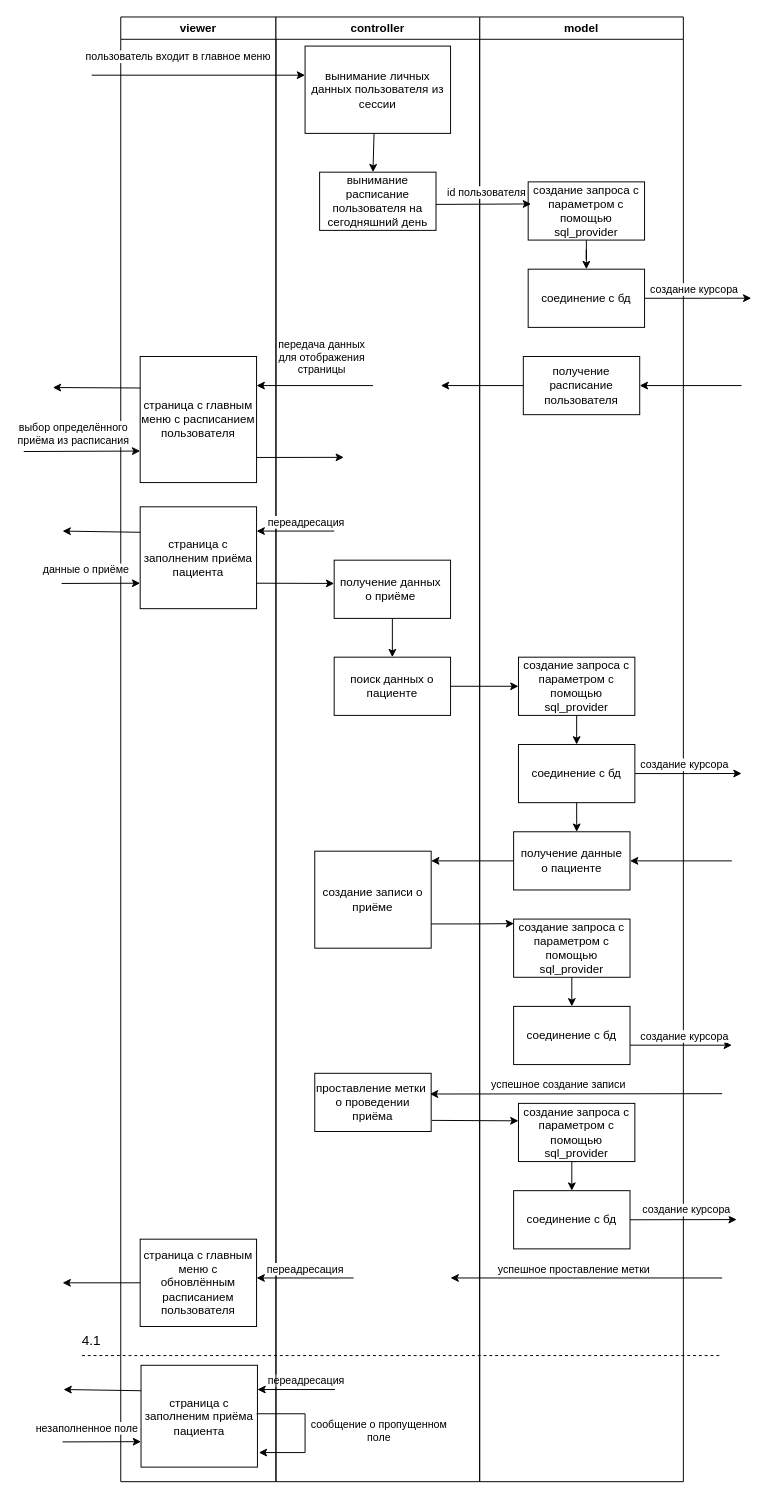
This is мьс/доктор.drawio from Kirpichikk/final_project, a draw.io file, before an edit. Source tidied: cells renumbered, new cells numbered last; positions are measured from the earlier drawing's top-left corner, leaving out a move shared by most shapes. Both pictures are drawn from the tidied source at 97%, with x=0, y=0 at pixel (23, 16).
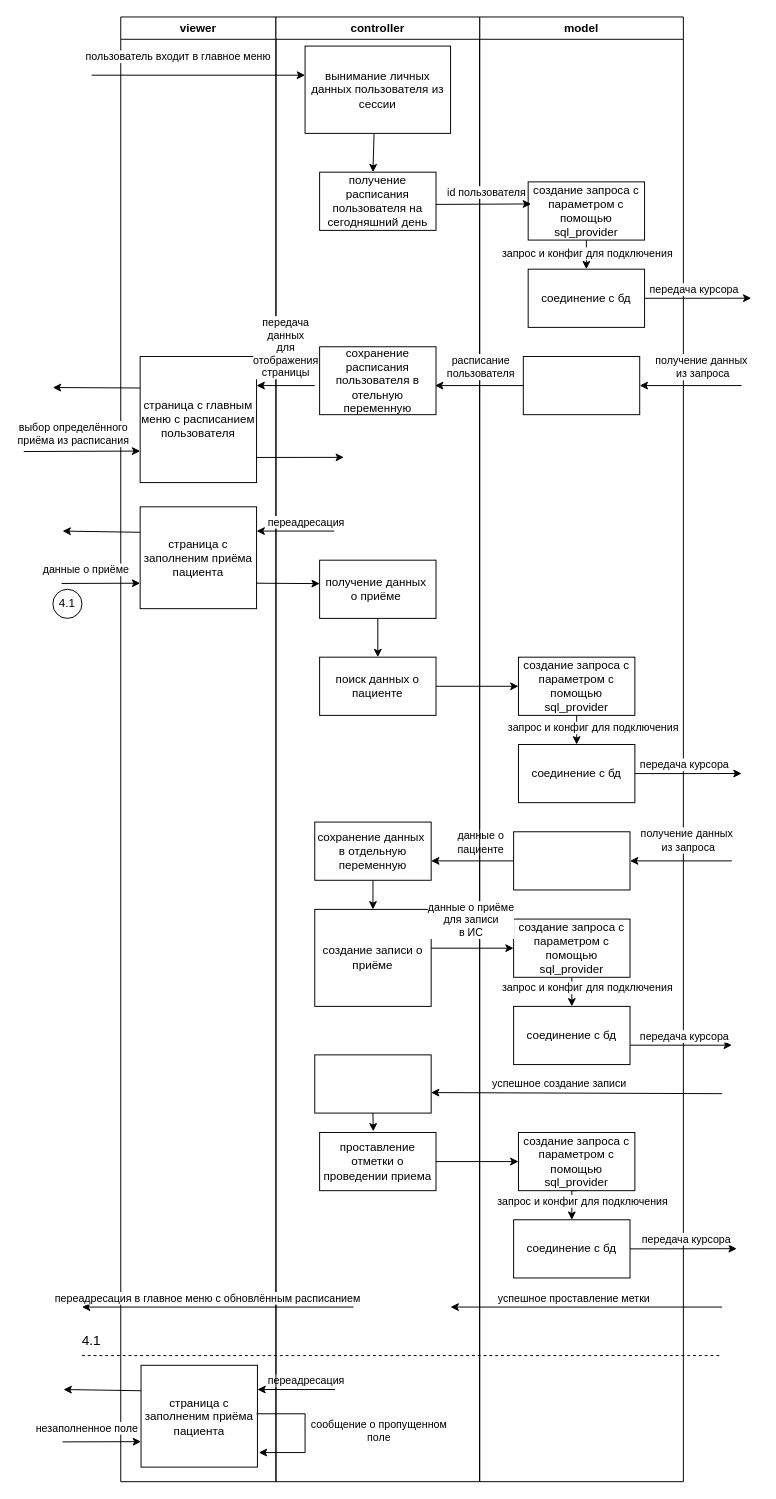
After the change.

The change refers to these unchanged cells:
```xml
<mxCell id="2" value="viewer" style="swimlane;whiteSpace=wrap;html=1;" parent="1" vertex="1">
  <mxGeometry x="100" width="160" height="1510" as="geometry" />
</mxCell>
<mxCell id="4" value="страница с заполненим приёма пациента" style="rounded=0;whiteSpace=wrap;html=1;" parent="2" vertex="1">
  <mxGeometry x="20" y="505" width="120" height="105" as="geometry" />
</mxCell>
<mxCell id="12" value="model" style="swimlane;whiteSpace=wrap;html=1;" parent="1" vertex="1">
  <mxGeometry x="470" width="210" height="1510" as="geometry" />
</mxCell>
<mxCell id="15" style="edgeStyle=orthogonalEdgeStyle;rounded=0;jettySize=auto;html=1;exitX=1;exitY=0.5;exitDx=0;exitDy=0;" parent="12" edge="1" source="17">
  <mxGeometry relative="1" as="geometry">
    <mxPoint x="280" y="289.9" as="targetPoint" />
  </mxGeometry>
</mxCell>
<mxCell id="21" style="edgeStyle=orthogonalEdgeStyle;rounded=0;jettySize=auto;html=1;exitX=1;exitY=0.5;exitDx=0;exitDy=0;" parent="12" edge="1" source="23">
  <mxGeometry relative="1" as="geometry">
    <mxPoint x="270" y="779.9" as="targetPoint" />
  </mxGeometry>
</mxCell>
<mxCell id="23" value="соединение с бд" style="rounded=0;whiteSpace=wrap;html=1;" parent="12" vertex="1">
  <mxGeometry x="40" y="750" width="120" height="60" as="geometry" />
</mxCell>
<mxCell id="26" style="endArrow=classic;html=1;rounded=0;exitX=0;exitY=0.5;exitDx=0;exitDy=0;" parent="12" edge="1" source="24">
  <mxGeometry relative="1" as="geometry">
    <mxPoint x="-50" y="870" as="targetPoint" />
  </mxGeometry>
</mxCell>
<mxCell id="29" value="создание запроса с параметром с помощью sql_provider" style="rounded=0;whiteSpace=wrap;html=1;" parent="12" vertex="1">
  <mxGeometry x="35" y="930" width="120" height="60" as="geometry" />
</mxCell>
<mxCell id="32" style="endArrow=classic;html=1;rounded=0;" parent="12" edge="1">
  <mxGeometry relative="1" as="geometry">
    <mxPoint x="155" y="1060" as="sourcePoint" />
    <mxPoint x="260" y="1060" as="targetPoint" />
  </mxGeometry>
</mxCell>
<mxCell id="39" value="controller" style="swimlane;whiteSpace=wrap;html=1;" parent="1" vertex="1">
  <mxGeometry x="260" width="210" height="1510" as="geometry" />
</mxCell>
```

The edit, as a diff of the source:
```diff
@@
-    <mxCell id="5" value="страница с главным меню с обновлённым расписанием пользователя" style="rounded=0;whiteSpace=wrap;html=1;" parent="2" vertex="1">
-      <mxGeometry x="20" y="1260" width="120" height="90" as="geometry" />
-    </mxCell>
@@
-    <mxCell id="16" value="создание курсора" style="edgeLabel;html=1;align=center;verticalAlign=middle;" parent="15" vertex="1">
+    <mxCell id="16" value="передача курсора" style="edgeLabel;html=1;align=center;verticalAlign=middle;" parent="15" vertex="1">
       <mxGeometry x="0.21" relative="1" as="geometry">
         <mxPoint x="-16" y="-10" as="offset" />
       </mxGeometry>
     </mxCell>
@@
-    <mxCell id="18" value="получение расписание пользователя" style="rounded=0;whiteSpace=wrap;html=1;" parent="12" vertex="1">
-      <mxGeometry x="45" y="350" width="120" height="60" as="geometry" />
-    </mxCell>
@@
-    <mxCell id="22" value="создание курсора" style="edgeLabel;html=1;align=center;verticalAlign=middle;" parent="21" vertex="1">
+    <mxCell id="22" value="передача курсора" style="edgeLabel;html=1;align=center;verticalAlign=middle;" parent="21" vertex="1">
       <mxGeometry x="0.21" relative="1" as="geometry">
         <mxPoint x="-16" y="-10" as="offset" />
       </mxGeometry>
     </mxCell>
@@
-    <mxCell id="24" value="получение данные&lt;br&gt;о пациенте" style="rounded=0;whiteSpace=wrap;html=1;" parent="12" vertex="1">
+    <mxCell id="24" style="rounded=0;whiteSpace=wrap;html=1;" parent="12" vertex="1">
       <mxGeometry x="35" y="840" width="120" height="60" as="geometry" />
     </mxCell>
@@
+    <mxCell id="79" value="данные о &lt;br&gt;пациенте" style="edgeLabel;html=1;align=center;verticalAlign=middle;" parent="26" vertex="1">
+      <mxGeometry x="0.06" y="-1" relative="1" as="geometry">
+        <mxPoint x="10" y="-19" as="offset" />
+      </mxGeometry>
+    </mxCell>
@@
-    <mxCell id="28" style="endArrow=classic;html=1;rounded=0;exitX=0.5;exitY=1;exitDx=0;exitDy=0;entryX=0.542;entryY=0;entryDx=0;entryDy=0;entryPerimeter=0;" parent="12" edge="1" source="23" target="24">
-      <mxGeometry relative="1" as="geometry" />
-    </mxCell>
@@
-    <mxCell id="33" value="создание курсора" style="edgeLabel;html=1;align=center;verticalAlign=middle;" parent="32" vertex="1">
+    <mxCell id="33" value="передача курсора" style="edgeLabel;html=1;align=center;verticalAlign=middle;" parent="32" vertex="1">
       <mxGeometry x="0.37" relative="1" as="geometry">
         <mxPoint x="-17" y="-10" as="offset" />
       </mxGeometry>
     </mxCell>
@@
+    <mxCell id="80" style="rounded=0;whiteSpace=wrap;html=1;" parent="12" vertex="1">
+      <mxGeometry x="45" y="350" width="120" height="60" as="geometry" />
+    </mxCell>
     <mxCell id="35" value="создание запроса с параметром с помощью sql_provider" style="rounded=0;whiteSpace=wrap;html=1;" parent="12" vertex="1">
-      <mxGeometry x="40" y="1120" width="120" height="60" as="geometry" />
+      <mxGeometry x="40" y="1150" width="120" height="60" as="geometry" />
     </mxCell>
     <mxCell id="36" value="соединение с бд" style="rounded=0;whiteSpace=wrap;html=1;" parent="12" vertex="1">
-      <mxGeometry x="35" y="1210" width="120" height="60" as="geometry" />
+      <mxGeometry x="35" y="1240" width="120" height="60" as="geometry" />
     </mxCell>
+    <mxCell id="72" style="endArrow=classic;html=1;rounded=0;exitX=1;exitY=0.5;exitDx=0;exitDy=0;" parent="12" edge="1" source="36">
+      <mxGeometry relative="1" as="geometry">
+        <mxPoint x="265" y="1269.8" as="targetPoint" />
+      </mxGeometry>
+    </mxCell>
+    <mxCell id="73" value="передача курсора" style="edgeLabel;html=1;align=center;verticalAlign=middle;" parent="72" vertex="1">
+      <mxGeometry x="0.37" relative="1" as="geometry">
+        <mxPoint x="-17" y="-10" as="offset" />
+      </mxGeometry>
+    </mxCell>
     <mxCell id="37" style="endArrow=classic;html=1;rounded=0;" parent="12" edge="1">
       <mxGeometry relative="1" as="geometry">
-        <mxPoint x="250" y="1300" as="sourcePoint" />
-        <mxPoint x="-30" y="1300" as="targetPoint" />
+        <mxPoint x="250" y="1330" as="sourcePoint" />
+        <mxPoint x="-30" y="1330" as="targetPoint" />
       </mxGeometry>
     </mxCell>
@@
+    <mxCell id="81" value="запрос и конфиг для подключения" style="edgeLabel;html=1;align=center;verticalAlign=middle;" parent="12" vertex="1">
+      <mxGeometry x="110" y="243" as="geometry" />
+    </mxCell>
+    <mxCell id="82" value="запрос и конфиг для подключения" style="edgeLabel;html=1;align=center;verticalAlign=middle;" parent="12" vertex="1">
+      <mxGeometry x="105" y="1220" as="geometry" />
+    </mxCell>
+    <mxCell id="83" value="запрос и конфиг для подключения" style="edgeLabel;html=1;align=center;verticalAlign=middle;" parent="12" vertex="1">
+      <mxGeometry x="110" y="1000" as="geometry" />
+    </mxCell>
+    <mxCell id="84" value="запрос и конфиг для подключения" style="edgeLabel;html=1;align=center;verticalAlign=middle;" parent="12" vertex="1">
+      <mxGeometry x="116" y="732" as="geometry" />
+    </mxCell>
@@
-    <mxCell id="41" value="вынимание расписание пользователя на сегодняшний день" style="rounded=0;whiteSpace=wrap;html=1;" parent="39" vertex="1">
+    <mxCell id="41" value="получение расписания пользователя на сегодняшний день" style="rounded=0;whiteSpace=wrap;html=1;" parent="39" vertex="1">
       <mxGeometry x="45" y="160" width="120" height="60" as="geometry" />
     </mxCell>
@@
-    <mxCell id="44" value="получение данных&amp;nbsp;&lt;br&gt;о приёме&amp;nbsp;" style="rounded=0;whiteSpace=wrap;html=1;" parent="39" vertex="1">
-      <mxGeometry x="60" y="560" width="120" height="60" as="geometry" />
-    </mxCell>
-    <mxCell id="45" value="поиск данных о пациенте" style="rounded=0;whiteSpace=wrap;html=1;" parent="39" vertex="1">
-      <mxGeometry x="60" y="660" width="120" height="60" as="geometry" />
-    </mxCell>
     <mxCell id="46" value="создание записи о приёме" style="rounded=0;whiteSpace=wrap;html=1;" parent="39" vertex="1">
-      <mxGeometry x="40" y="860" width="120" height="100" as="geometry" />
+      <mxGeometry x="40" y="920" width="120" height="100" as="geometry" />
     </mxCell>
-    <mxCell id="47" value="проставление метки&amp;nbsp;&lt;br&gt;о проведении приёма" style="rounded=0;whiteSpace=wrap;html=1;" parent="39" vertex="1">
-      <mxGeometry x="40" y="1089" width="120" height="60" as="geometry" />
+    <mxCell id="47" value="проставление отметки о проведении приема" style="rounded=0;whiteSpace=wrap;html=1;" parent="39" vertex="1">
+      <mxGeometry x="45" y="1150" width="120" height="60" as="geometry" />
     </mxCell>
@@
+    <mxCell id="85" value="сохранение расписания пользователя в отельную переменную" style="rounded=0;whiteSpace=wrap;html=1;" parent="39" vertex="1">
+      <mxGeometry x="45" y="340" width="120" height="70" as="geometry" />
+    </mxCell>
+    <mxCell id="44" value="получение данных&amp;nbsp;&lt;br&gt;о приёме&amp;nbsp;" style="rounded=0;whiteSpace=wrap;html=1;" parent="39" vertex="1">
+      <mxGeometry x="45" y="560" width="120" height="60" as="geometry" />
+    </mxCell>
+    <mxCell id="45" value="поиск данных о пациенте" style="rounded=0;whiteSpace=wrap;html=1;" parent="39" vertex="1">
+      <mxGeometry x="45" y="660" width="120" height="60" as="geometry" />
+    </mxCell>
+    <mxCell id="67" style="endArrow=classic;html=1;rounded=0;exitX=0.5;exitY=1;exitDx=0;exitDy=0;" parent="39" edge="1" source="44">
+      <mxGeometry relative="1" as="geometry">
+        <mxPoint x="105" y="660" as="targetPoint" />
+      </mxGeometry>
+    </mxCell>
+    <mxCell id="86" style="endArrow=classic;html=1;rounded=0;" parent="39" edge="1" target="29">
+      <mxGeometry relative="1" as="geometry">
+        <mxPoint x="160" y="960" as="sourcePoint" />
+      </mxGeometry>
+    </mxCell>
+    <mxCell id="87" value="данные о приёме&lt;br&gt;для записи &lt;br&gt;в ИС" style="edgeLabel;html=1;align=center;verticalAlign=middle;" parent="86" vertex="1">
+      <mxGeometry x="-0.3" relative="1" as="geometry">
+        <mxPoint x="10" y="-30" as="offset" />
+      </mxGeometry>
+    </mxCell>
+    <mxCell id="88" value="сохранение данных&amp;nbsp;&lt;br&gt;в отдельную переменную" style="rounded=0;whiteSpace=wrap;html=1;" parent="39" vertex="1">
+      <mxGeometry x="40" y="830" width="120" height="60" as="geometry" />
+    </mxCell>
+    <mxCell id="89" style="endArrow=classic;html=1;rounded=0;exitX=0.5;exitY=1;exitDx=0;exitDy=0;" parent="39" edge="1" source="88" target="46">
+      <mxGeometry relative="1" as="geometry" />
+    </mxCell>
+    <mxCell id="90" style="rounded=0;whiteSpace=wrap;html=1;" parent="39" vertex="1">
+      <mxGeometry x="40" y="1070" width="120" height="60" as="geometry" />
+    </mxCell>
+    <mxCell id="91" style="endArrow=classic;html=1;rounded=0;exitX=0.5;exitY=1;exitDx=0;exitDy=0;entryX=0.461;entryY=-0.02;entryDx=0;entryDy=0;entryPerimeter=0;" parent="39" edge="1" source="90" target="47">
+      <mxGeometry relative="1" as="geometry" />
+    </mxCell>
+    <mxCell id="74" style="endArrow=classic;html=1;rounded=0;" parent="39" edge="1">
+      <mxGeometry relative="1" as="geometry">
+        <mxPoint x="80" y="1330" as="sourcePoint" />
+        <mxPoint x="-200" y="1330" as="targetPoint" />
+      </mxGeometry>
+    </mxCell>
+    <mxCell id="75" value="переадресация в главное меню с обновлённым расписанием&amp;nbsp;" style="edgeLabel;html=1;align=center;verticalAlign=middle;" parent="74" vertex="1">
+      <mxGeometry x="0.11" relative="1" as="geometry">
+        <mxPoint x="5" y="-10" as="offset" />
+      </mxGeometry>
+    </mxCell>
@@
-    <mxCell id="55" style="endArrow=classic;html=1;rounded=0;entryX=1;entryY=0.5;entryDx=0;entryDy=0;" parent="1" edge="1" target="18">
+    <mxCell id="55" style="endArrow=classic;html=1;rounded=0;entryX=1;entryY=0.5;entryDx=0;entryDy=0;" parent="1" edge="1">
       <mxGeometry relative="1" as="geometry">
         <mxPoint x="740" y="380" as="sourcePoint" />
+        <mxPoint x="635" y="380" as="targetPoint" />
       </mxGeometry>
     </mxCell>
+    <mxCell id="92" value="получение данных&amp;nbsp;&lt;br&gt;из запроса" style="edgeLabel;html=1;align=center;verticalAlign=middle;" parent="55" vertex="1">
+      <mxGeometry x="0.42" y="1" relative="1" as="geometry">
+        <mxPoint x="34" y="-21" as="offset" />
+      </mxGeometry>
+    </mxCell>
-    <mxCell id="56" style="endArrow=classic;html=1;rounded=0;exitX=0;exitY=0.5;exitDx=0;exitDy=0;" parent="1" edge="1" source="18">
+    <mxCell id="56" style="endArrow=classic;html=1;rounded=0;exitX=0;exitY=0.5;exitDx=0;exitDy=0;" parent="1" edge="1">
       <mxGeometry relative="1" as="geometry">
-        <mxPoint x="430" y="380" as="targetPoint" />
+        <mxPoint x="515" y="380" as="sourcePoint" />
+        <mxPoint x="424" y="380" as="targetPoint" />
       </mxGeometry>
     </mxCell>
+    <mxCell id="93" value="расписание &lt;br&gt;пользователя" style="edgeLabel;html=1;align=center;verticalAlign=middle;" parent="56" vertex="1">
+      <mxGeometry x="0.45" y="1" relative="1" as="geometry">
+        <mxPoint x="21" y="-21" as="offset" />
+      </mxGeometry>
+    </mxCell>
     <mxCell id="57" style="endArrow=classic;html=1;rounded=0;" parent="1" edge="1">
       <mxGeometry relative="1" as="geometry">
-        <mxPoint x="360" y="380" as="sourcePoint" />
+        <mxPoint x="300" y="380" as="sourcePoint" />
         <mxPoint x="240" y="380" as="targetPoint" />
       </mxGeometry>
     </mxCell>
-    <mxCell id="58" value="передача данных &lt;br&gt;для отображения &lt;br&gt;страницы" style="edgeLabel;html=1;align=center;verticalAlign=middle;" parent="57" vertex="1">
+    <mxCell id="58" value="передача &lt;br&gt;данных &lt;br&gt;для &lt;br&gt;отображения &lt;br&gt;страницы" style="edgeLabel;html=1;align=center;verticalAlign=middle;" parent="57" vertex="1">
       <mxGeometry x="-0.21" relative="1" as="geometry">
-        <mxPoint x="-7" y="-30" as="offset" />
+        <mxPoint x="-7" y="-40" as="offset" />
       </mxGeometry>
     </mxCell>
@@
-    <mxCell id="63" style="endArrow=classic;html=1;rounded=0;exitX=1;exitY=0.75;exitDx=0;exitDy=0;" parent="1" edge="1" source="4">
-      <mxGeometry relative="1" as="geometry">
-        <mxPoint x="320" y="584" as="targetPoint" />
-      </mxGeometry>
+    <mxCell id="63" style="endArrow=classic;html=1;rounded=0;exitX=1;exitY=0.75;exitDx=0;exitDy=0;entryX=0.001;entryY=0.403;entryDx=0;entryDy=0;entryPerimeter=0;" parent="1" edge="1" source="4" target="44">
+      <mxGeometry relative="1" as="geometry" />
     </mxCell>
@@
-    <mxCell id="67" style="endArrow=classic;html=1;rounded=0;exitX=0.5;exitY=1;exitDx=0;exitDy=0;" parent="1" edge="1" source="44">
-      <mxGeometry relative="1" as="geometry">
-        <mxPoint x="380" y="660" as="targetPoint" />
-      </mxGeometry>
-    </mxCell>
-    <mxCell id="68" style="edgeStyle=orthogonalEdgeStyle;rounded=0;jettySize=auto;html=1;exitX=1;exitY=0.75;exitDx=0;exitDy=0;entryX=0.003;entryY=0.078;entryDx=0;entryDy=0;entryPerimeter=0;" parent="1" edge="1" source="46" target="29">
-      <mxGeometry relative="1" as="geometry" />
-    </mxCell>
-    <mxCell id="69" style="endArrow=classic;html=1;rounded=0;entryX=0.989;entryY=0.356;entryDx=0;entryDy=0;entryPerimeter=0;" parent="1" edge="1" target="47">
+    <mxCell id="69" style="endArrow=classic;html=1;rounded=0;entryX=0.999;entryY=0.648;entryDx=0;entryDy=0;entryPerimeter=0;" parent="1" edge="1" target="90">
       <mxGeometry relative="1" as="geometry">
         <mxPoint x="720" y="1110" as="sourcePoint" />
       </mxGeometry>
     </mxCell>
@@
-    <mxCell id="71" style="endArrow=classic;html=1;rounded=0;exitX=1.005;exitY=0.809;exitDx=0;exitDy=0;exitPerimeter=0;" parent="1" edge="1" source="47">
-      <mxGeometry relative="1" as="geometry">
-        <mxPoint x="510" y="1138" as="targetPoint" />
-      </mxGeometry>
+    <mxCell id="71" style="endArrow=classic;html=1;rounded=0;exitX=1;exitY=0.5;exitDx=0;exitDy=0;entryX=0;entryY=0.5;entryDx=0;entryDy=0;" parent="1" edge="1" source="47" target="35">
+      <mxGeometry relative="1" as="geometry" />
     </mxCell>
-    <mxCell id="72" style="endArrow=classic;html=1;rounded=0;exitX=1;exitY=0.5;exitDx=0;exitDy=0;" parent="1" edge="1" source="36">
-      <mxGeometry relative="1" as="geometry">
-        <mxPoint x="735" y="1239.8" as="targetPoint" />
-      </mxGeometry>
-    </mxCell>
-    <mxCell id="73" value="создание курсора" style="edgeLabel;html=1;align=center;verticalAlign=middle;" parent="72" vertex="1">
-      <mxGeometry x="0.37" relative="1" as="geometry">
-        <mxPoint x="-17" y="-10" as="offset" />
-      </mxGeometry>
-    </mxCell>
-    <mxCell id="74" style="endArrow=classic;html=1;rounded=0;" parent="1" edge="1">
-      <mxGeometry relative="1" as="geometry">
-        <mxPoint x="340" y="1300" as="sourcePoint" />
-        <mxPoint x="240" y="1300" as="targetPoint" />
-      </mxGeometry>
-    </mxCell>
-    <mxCell id="75" value="переадресация" style="edgeLabel;html=1;align=center;verticalAlign=middle;" parent="74" vertex="1">
-      <mxGeometry x="0.11" relative="1" as="geometry">
-        <mxPoint x="5" y="-10" as="offset" />
-      </mxGeometry>
-    </mxCell>
-    <mxCell id="76" style="endArrow=classic;html=1;rounded=0;exitX=0;exitY=0.5;exitDx=0;exitDy=0;" parent="1" edge="1" source="5">
-      <mxGeometry relative="1" as="geometry">
-        <mxPoint x="40" y="1305" as="targetPoint" />
-      </mxGeometry>
-    </mxCell>
@@
+    <mxCell id="94" value="получение данных&amp;nbsp;&lt;br&gt;из запроса" style="edgeLabel;html=1;align=center;verticalAlign=middle;" parent="1" vertex="1">
+      <mxGeometry x="690" y="850" as="geometry">
+        <mxPoint x="-6" y="-2" as="offset" />
+      </mxGeometry>
+    </mxCell>
+    <mxCell id="95" value="4.1" style="ellipse;whiteSpace=wrap;html=1;" parent="1" vertex="1">
+      <mxGeometry x="30" y="590" width="30" height="30" as="geometry" />
+    </mxCell>
```
